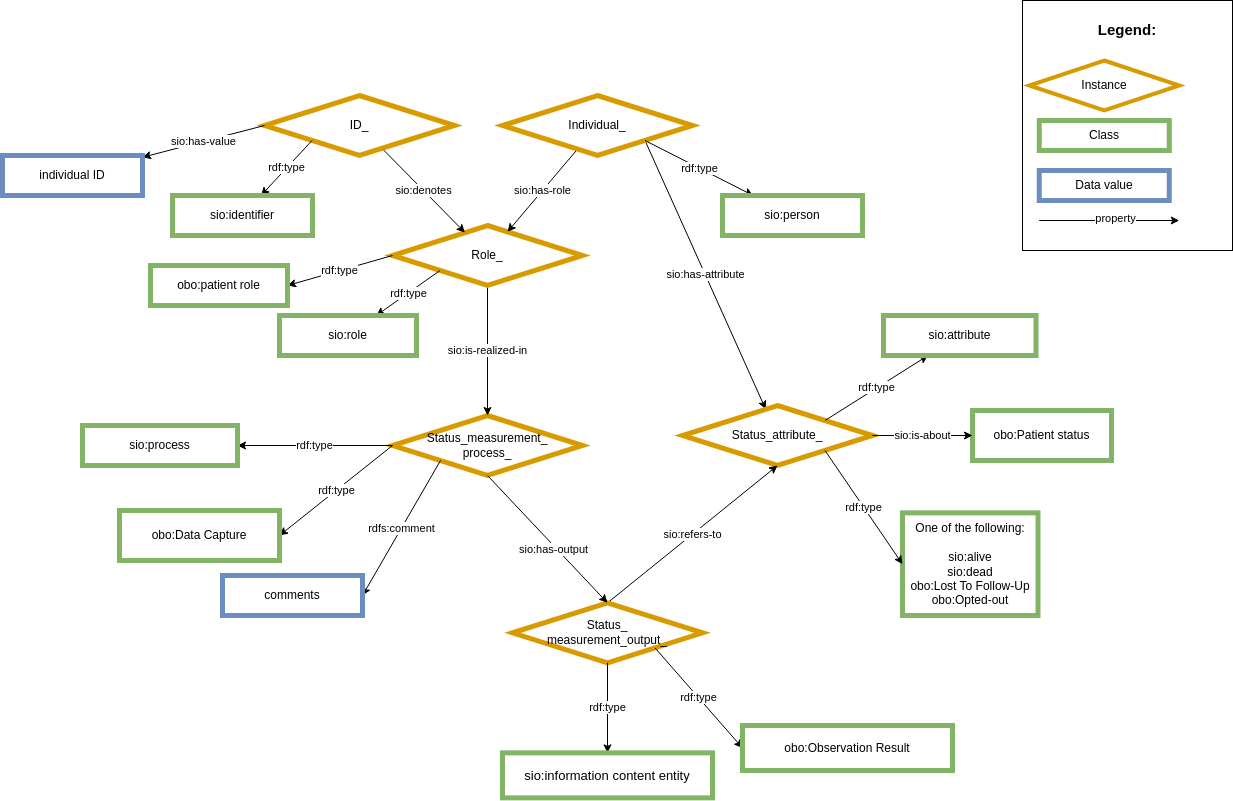
Before: images/CARE-SM-Status.png, a diagram exported from draw.io (CARE-SM/CARE-Semantic-Model). Source tidied: cells renumbered, new cells last; positions are measured from the earlier drawing's top-left corner, leaving out a move shared by most shapes. Its diagram source:
```xml
<mxGraphModel>
  <root>
    <mxCell id="0" />
    <mxCell id="1" parent="0" />
    <mxCell id="2" value="Status_measurement_&lt;br&gt;process_" style="rhombus;whiteSpace=wrap;html=1;fillColor=#FFFFFF;strokeColor=#d79b00;strokeWidth=5;" parent="1" vertex="1">
      <mxGeometry x="390" y="415" width="190" height="60" as="geometry" />
    </mxCell>
    <mxCell id="3" value="&lt;span style=&quot;color: rgb(0, 0, 0); font-family: Helvetica; font-size: 11px; font-style: normal; font-variant-ligatures: normal; font-variant-caps: normal; font-weight: 400; letter-spacing: normal; orphans: 2; text-align: center; text-indent: 0px; text-transform: none; widows: 2; word-spacing: 0px; -webkit-text-stroke-width: 0px; background-color: rgb(255, 255, 255); text-decoration-thickness: initial; text-decoration-style: initial; text-decoration-color: initial; float: none; display: inline !important;&quot;&gt;sio:is-realized-in&lt;/span&gt;" style="rounded=0;jettySize=auto;html=1;exitX=0.5;exitY=1;exitDx=0;exitDy=0;entryX=0.5;entryY=0;entryDx=0;entryDy=0;" parent="1" edge="1" source="5" target="2">
      <mxGeometry relative="1" as="geometry" />
    </mxCell>
    <mxCell id="4" value="sio:has-attribute" style="rounded=0;jettySize=auto;html=1;exitX=1;exitY=1;exitDx=0;exitDy=0;" parent="1" edge="1" source="9" target="10">
      <mxGeometry relative="1" as="geometry" />
    </mxCell>
    <mxCell id="5" value="Role_" style="rhombus;whiteSpace=wrap;html=1;fillColor=#FFFFFF;strokeColor=#d79b00;strokeWidth=5;" parent="1" vertex="1">
      <mxGeometry x="390" y="225" width="190" height="60" as="geometry" />
    </mxCell>
    <mxCell id="6" value="sio:denotes" style="edgeStyle=none;rounded=0;jettySize=auto;html=1;" parent="1" edge="1" source="7" target="5">
      <mxGeometry relative="1" as="geometry" />
    </mxCell>
    <mxCell id="7" value="ID_" style="rhombus;whiteSpace=wrap;html=1;fillColor=#FFFFFF;strokeColor=#d79b00;strokeWidth=5;" parent="1" vertex="1">
      <mxGeometry x="262" y="95" width="190" height="60" as="geometry" />
    </mxCell>
    <mxCell id="8" value="sio:has-role" style="edgeStyle=none;rounded=0;jettySize=auto;html=1;" parent="1" edge="1" source="9" target="5">
      <mxGeometry relative="1" as="geometry" />
    </mxCell>
    <mxCell id="9" value="Individual_" style="rhombus;whiteSpace=wrap;html=1;fillColor=#FFFFFF;strokeColor=#d79b00;strokeWidth=5;" parent="1" vertex="1">
      <mxGeometry x="500" y="95" width="190" height="60" as="geometry" />
    </mxCell>
    <mxCell id="10" value="Status_attribute_" style="rhombus;whiteSpace=wrap;html=1;fillColor=#FFFFFF;strokeColor=#d79b00;strokeWidth=5;" parent="1" vertex="1">
      <mxGeometry x="680" y="405" width="190" height="60" as="geometry" />
    </mxCell>
    <mxCell id="11" value="rdf:type" style="edgeStyle=none;rounded=0;jettySize=auto;html=1;exitX=1;exitY=0;exitDx=0;exitDy=0;" parent="1" edge="1" source="10" target="12">
      <mxGeometry relative="1" as="geometry" />
    </mxCell>
    <mxCell id="12" value="sio:attribute" style="whiteSpace=wrap;html=1;fillColor=#FFFFFF;strokeColor=#82b366;strokeWidth=5;" parent="1" vertex="1">
      <mxGeometry x="881" y="315" width="152.5" height="40" as="geometry" />
    </mxCell>
    <mxCell id="13" value="rdf:type" style="edgeStyle=none;rounded=0;jettySize=auto;html=1;exitX=0;exitY=1;exitDx=0;exitDy=0;" parent="1" edge="1" source="5" target="14">
      <mxGeometry relative="1" as="geometry" />
    </mxCell>
    <mxCell id="14" value="sio:role" style="whiteSpace=wrap;html=1;fillColor=#FFFFFF;strokeColor=#82b366;strokeWidth=5;" parent="1" vertex="1">
      <mxGeometry x="277" y="315" width="137" height="40" as="geometry" />
    </mxCell>
    <mxCell id="15" value="rdf:type" style="edgeStyle=none;rounded=0;jettySize=auto;html=1;exitX=0;exitY=1;exitDx=0;exitDy=0;" parent="1" edge="1" source="7" target="16">
      <mxGeometry relative="1" as="geometry" />
    </mxCell>
    <mxCell id="16" value="sio:identifier" style="whiteSpace=wrap;html=1;fillColor=#FFFFFF;strokeColor=#82b366;strokeWidth=5;" parent="1" vertex="1">
      <mxGeometry x="170" y="195" width="140" height="40" as="geometry" />
    </mxCell>
    <mxCell id="17" value="rdf:type" style="edgeStyle=none;rounded=0;jettySize=auto;html=1;exitX=1;exitY=1;exitDx=0;exitDy=0;" parent="1" edge="1" source="9" target="18">
      <mxGeometry relative="1" as="geometry" />
    </mxCell>
    <mxCell id="18" value="sio:person" style="whiteSpace=wrap;html=1;fillColor=#FFFFFF;strokeColor=#82b366;strokeWidth=5;" parent="1" vertex="1">
      <mxGeometry x="720" y="195" width="140" height="40" as="geometry" />
    </mxCell>
    <mxCell id="19" value="sio:has-value" style="rounded=0;jettySize=auto;html=1;exitX=0;exitY=0.5;exitDx=0;exitDy=0;" parent="1" edge="1" source="7" target="20">
      <mxGeometry relative="1" as="geometry" />
    </mxCell>
    <mxCell id="20" value="individual ID" style="whiteSpace=wrap;html=1;fillColor=#FFFFFF;strokeColor=#6c8ebf;strokeWidth=5;" parent="1" vertex="1">
      <mxGeometry y="155" width="140" height="40" as="geometry" />
    </mxCell>
    <mxCell id="21" value="rdf:type" style="edgeStyle=none;rounded=0;jettySize=auto;html=1;exitX=0;exitY=0.5;exitDx=0;exitDy=0;entryX=1;entryY=0.5;entryDx=0;entryDy=0;" parent="1" edge="1" source="5" target="22">
      <mxGeometry relative="1" as="geometry" />
    </mxCell>
    <mxCell id="22" value="obo:patient role" style="whiteSpace=wrap;html=1;fillColor=#FFFFFF;strokeColor=#82b366;strokeWidth=5;" parent="1" vertex="1">
      <mxGeometry x="148" y="265" width="137" height="40" as="geometry" />
    </mxCell>
    <mxCell id="23" value="&lt;span style=&quot;background-color: initial;&quot;&gt;obo:Patient status&lt;br&gt;&lt;/span&gt;" style="whiteSpace=wrap;html=1;fillColor=#FFFFFF;strokeColor=#82b366;strokeWidth=5;" parent="1" vertex="1">
      <mxGeometry x="970" y="410" width="139" height="50" as="geometry" />
    </mxCell>
    <mxCell id="24" value="sio:is-about" style="edgeStyle=none;rounded=0;jettySize=auto;html=1;exitX=1;exitY=0.5;exitDx=0;exitDy=0;entryX=0;entryY=0.5;entryDx=0;entryDy=0;" parent="1" edge="1" source="10" target="23">
      <mxGeometry relative="1" as="geometry" />
    </mxCell>
    <mxCell id="25" value="rdf:type" style="edgeStyle=none;rounded=0;jettySize=auto;html=1;exitX=0;exitY=0.5;exitDx=0;exitDy=0;" parent="1" edge="1" target="26">
      <mxGeometry relative="1" as="geometry">
        <mxPoint x="390" y="445" as="sourcePoint" />
      </mxGeometry>
    </mxCell>
    <mxCell id="26" value="sio:process" style="whiteSpace=wrap;html=1;fillColor=#FFFFFF;strokeColor=#82b366;strokeWidth=5;" parent="1" vertex="1">
      <mxGeometry x="80" y="425" width="155" height="40" as="geometry" />
    </mxCell>
    <mxCell id="27" value="rdf:type" style="edgeStyle=none;rounded=0;jettySize=auto;html=1;exitX=0;exitY=0.5;exitDx=0;exitDy=0;entryX=1;entryY=0.5;entryDx=0;entryDy=0;" parent="1" edge="1" target="28">
      <mxGeometry relative="1" as="geometry">
        <mxPoint x="390" y="445" as="sourcePoint" />
      </mxGeometry>
    </mxCell>
    <mxCell id="28" value="obo:Data Capture" style="whiteSpace=wrap;html=1;fillColor=#FFFFFF;strokeColor=#82b366;strokeWidth=5;" parent="1" vertex="1">
      <mxGeometry x="117" y="510" width="160" height="50" as="geometry" />
    </mxCell>
    <mxCell id="29" value="rdfs:comment" style="rounded=0;jettySize=auto;html=1;exitX=0;exitY=1;exitDx=0;exitDy=0;entryX=1;entryY=0.5;entryDx=0;entryDy=0;" parent="1" edge="1" target="30">
      <mxGeometry relative="1" as="geometry">
        <mxPoint x="438" y="460" as="sourcePoint" />
      </mxGeometry>
    </mxCell>
    <mxCell id="30" value="comments" style="whiteSpace=wrap;html=1;fillColor=#FFFFFF;strokeColor=#6c8ebf;strokeWidth=5;" parent="1" vertex="1">
      <mxGeometry x="220" y="575" width="140" height="40" as="geometry" />
    </mxCell>
    <mxCell id="31" value="sio:refers-to" style="edgeStyle=none;rounded=0;jettySize=auto;html=1;entryX=0.5;entryY=1;entryDx=0;entryDy=0;exitX=0.5;exitY=0;exitDx=0;exitDy=0;" parent="1" edge="1" source="32">
      <mxGeometry relative="1" as="geometry">
        <mxPoint x="775" y="465" as="targetPoint" />
      </mxGeometry>
    </mxCell>
    <mxCell id="32" value="Status_&lt;br&gt;measurement_output_" style="rhombus;whiteSpace=wrap;html=1;fillColor=#FFFFFF;strokeColor=#d79b00;strokeWidth=5;" parent="1" vertex="1">
      <mxGeometry x="510" y="602.4" width="190" height="60" as="geometry" />
    </mxCell>
    <mxCell id="33" style="edgeStyle=none;rounded=0;jettySize=auto;html=1;exitX=0.5;exitY=1;exitDx=0;exitDy=0;entryX=0.5;entryY=0;entryDx=0;entryDy=0;" parent="1" edge="1" target="32">
      <mxGeometry relative="1" as="geometry">
        <mxPoint x="485" y="475" as="sourcePoint" />
      </mxGeometry>
    </mxCell>
    <mxCell id="34" value="&lt;span style=&quot;color: rgb(0, 0, 0); font-family: Helvetica; font-size: 11px; font-style: normal; font-variant-ligatures: normal; font-variant-caps: normal; font-weight: 400; letter-spacing: normal; orphans: 2; text-align: center; text-indent: 0px; text-transform: none; widows: 2; word-spacing: 0px; -webkit-text-stroke-width: 0px; background-color: rgb(255, 255, 255); text-decoration-thickness: initial; text-decoration-style: initial; text-decoration-color: initial; float: none; display: inline !important;&quot;&gt;sio:has-output&lt;/span&gt;" style="edgeLabel;html=1;align=center;verticalAlign=middle;" parent="33" vertex="1">
      <mxGeometry x="-0.21" y="-1" relative="1" as="geometry">
        <mxPoint x="18" y="22" as="offset" />
      </mxGeometry>
    </mxCell>
    <mxCell id="35" value="rdf:type" style="edgeStyle=none;rounded=0;jettySize=auto;html=1;exitX=0.5;exitY=1;exitDx=0;exitDy=0;" parent="1" edge="1" source="32" target="36">
      <mxGeometry relative="1" as="geometry" />
    </mxCell>
    <mxCell id="36" value="&lt;font size=&quot;2&quot;&gt;sio:information content entity&lt;/font&gt;" style="whiteSpace=wrap;html=1;fillColor=#FFFFFF;strokeColor=#82b366;strokeWidth=5;" parent="1" vertex="1">
      <mxGeometry x="500" y="752.4" width="210" height="45" as="geometry" />
    </mxCell>
    <mxCell id="37" value="rdf:type" style="edgeStyle=none;rounded=0;jettySize=auto;html=1;exitX=1;exitY=1;exitDx=0;exitDy=0;entryX=0;entryY=0.5;entryDx=0;entryDy=0;" parent="1" edge="1" source="32" target="38">
      <mxGeometry relative="1" as="geometry" />
    </mxCell>
    <mxCell id="38" value="obo:Observation Result" style="whiteSpace=wrap;html=1;fillColor=#FFFFFF;strokeColor=#82b366;strokeWidth=5;" parent="1" vertex="1">
      <mxGeometry x="740" y="725" width="210" height="45" as="geometry" />
    </mxCell>
    <mxCell id="39" value="One of the following:&lt;br&gt;&lt;br&gt;sio:alive&lt;br&gt;sio:dead&lt;br&gt;obo:Lost To Follow-Up&lt;br&gt;obo:Opted-out" style="whiteSpace=wrap;html=1;fillColor=#FFFFFF;strokeColor=#82b366;strokeWidth=5;" parent="1" vertex="1">
      <mxGeometry x="900" y="512.4" width="135.5" height="102.6" as="geometry" />
    </mxCell>
    <mxCell id="40" value="rdf:type" style="edgeStyle=none;rounded=0;jettySize=auto;html=1;exitX=1;exitY=1;exitDx=0;exitDy=0;entryX=0;entryY=0.5;entryDx=0;entryDy=0;" parent="1" edge="1" source="10" target="39">
      <mxGeometry relative="1" as="geometry" />
    </mxCell>
    <mxCell id="41" value="&lt;div style=&quot;text-align: left; font-size: 15px;&quot;&gt;&lt;span style=&quot;background-color: initial;&quot;&gt;&lt;b style=&quot;&quot;&gt;&lt;font style=&quot;font-size: 15px;&quot;&gt;Legend:&lt;/font&gt;&lt;/b&gt;&lt;/span&gt;&lt;/div&gt;&lt;div style=&quot;text-align: left; font-size: 15px;&quot;&gt;&lt;span style=&quot;background-color: initial;&quot;&gt;&lt;br&gt;&lt;/span&gt;&lt;/div&gt;&lt;div style=&quot;text-align: left;&quot;&gt;&lt;span style=&quot;background-color: initial;&quot;&gt;&lt;br&gt;&lt;/span&gt;&lt;/div&gt;&lt;div style=&quot;text-align: left;&quot;&gt;&lt;span style=&quot;background-color: initial;&quot;&gt;&lt;br&gt;&lt;/span&gt;&lt;/div&gt;&lt;div style=&quot;text-align: left;&quot;&gt;&lt;br&gt;&lt;/div&gt;&lt;div style=&quot;text-align: left;&quot;&gt;&lt;br&gt;&lt;/div&gt;&lt;div style=&quot;text-align: left;&quot;&gt;&lt;br&gt;&lt;/div&gt;&lt;div style=&quot;text-align: left;&quot;&gt;&lt;br&gt;&lt;/div&gt;&lt;div style=&quot;text-align: left;&quot;&gt;&lt;br&gt;&lt;/div&gt;&lt;div style=&quot;text-align: left;&quot;&gt;&lt;span style=&quot;background-color: initial;&quot;&gt;&lt;br&gt;&lt;/span&gt;&lt;/div&gt;&lt;div style=&quot;text-align: left;&quot;&gt;&lt;span style=&quot;background-color: initial;&quot;&gt;&lt;br&gt;&lt;/span&gt;&lt;/div&gt;&lt;div style=&quot;text-align: left;&quot;&gt;&lt;span style=&quot;background-color: initial;&quot;&gt;&lt;br&gt;&lt;/span&gt;&lt;/div&gt;&lt;div style=&quot;text-align: left;&quot;&gt;&lt;span style=&quot;background-color: initial;&quot;&gt;&lt;br&gt;&lt;/span&gt;&lt;/div&gt;&lt;div style=&quot;text-align: left;&quot;&gt;&lt;span style=&quot;background-color: initial;&quot;&gt;&lt;br&gt;&lt;/span&gt;&lt;/div&gt;" style="rounded=0;whiteSpace=wrap;html=1;" parent="1" vertex="1">
      <mxGeometry x="1020" width="210" height="250" as="geometry" />
    </mxCell>
    <mxCell id="42" value="Class" style="whiteSpace=wrap;html=1;fillColor=#FFFFFF;strokeColor=#82b366;strokeWidth=5;" parent="1" vertex="1">
      <mxGeometry x="1036.8" y="120" width="130" height="30" as="geometry" />
    </mxCell>
    <mxCell id="43" value="Instance" style="rhombus;whiteSpace=wrap;html=1;fillColor=#FFFFFF;strokeColor=#D79B00;rotation=0;perimeter=rhombusPerimeter;arcSize=20;comic=0;enumerate=0;strokeWidth=4;rounded=0;" parent="1" vertex="1">
      <mxGeometry x="1026.8" y="60" width="150" height="50" as="geometry" />
    </mxCell>
    <mxCell id="44" value="Data value" style="whiteSpace=wrap;html=1;fillColor=#FFFFFF;strokeColor=#6c8ebf;strokeWidth=5;" parent="1" vertex="1">
      <mxGeometry x="1036.8" y="170" width="130" height="30" as="geometry" />
    </mxCell>
    <mxCell id="45" value="property" style="rounded=0;orthogonalLoop=1;jettySize=auto;html=1;exitX=1;exitY=1;exitDx=0;exitDy=0;" parent="1" edge="1">
      <mxGeometry x="0.09" y="2" relative="1" as="geometry">
        <mxPoint x="1036.8" y="220" as="sourcePoint" />
        <mxPoint x="1176.8" y="220" as="targetPoint" />
      </mxGeometry>
    </mxCell>
  </root>
</mxGraphModel>
```
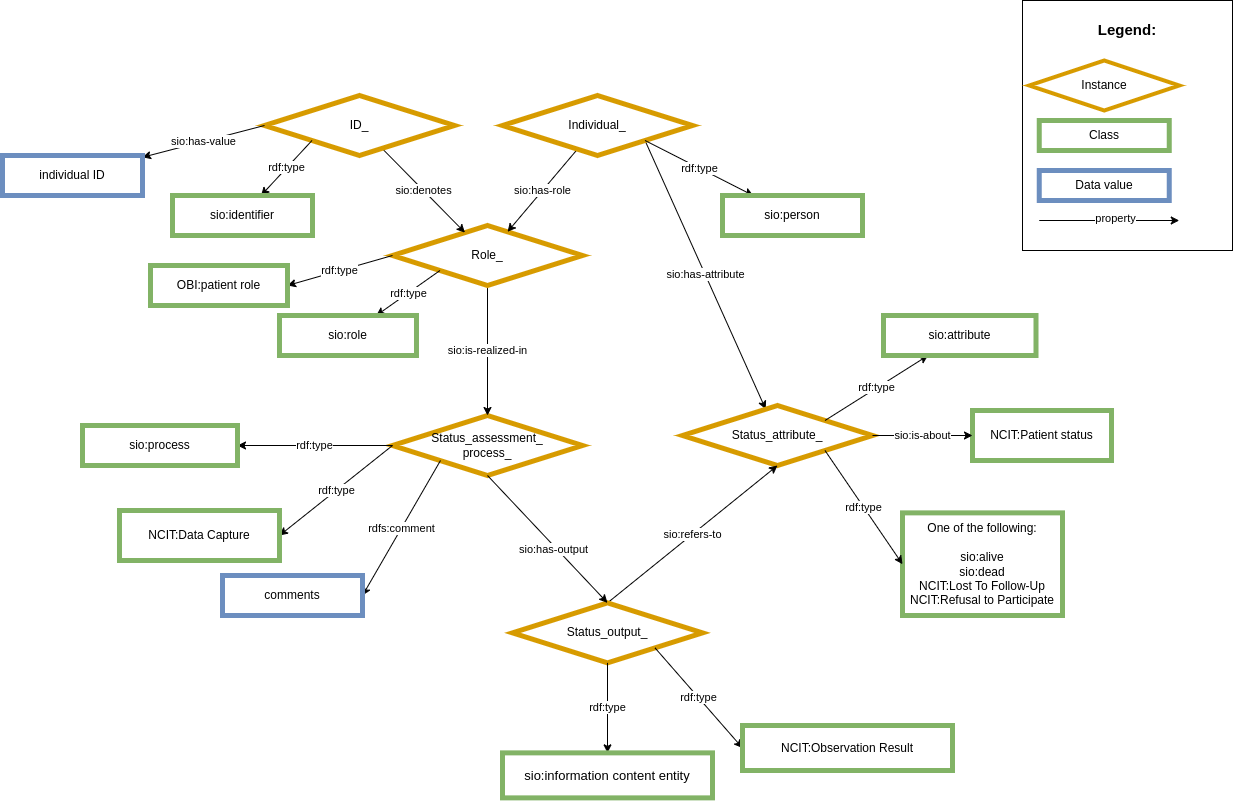
The same file after the commit.

The edit, as a diff of the source:
```diff
@@ -2,7 +2,7 @@
   <root>
     <mxCell id="0" />
     <mxCell id="1" parent="0" />
-    <mxCell id="2" value="Status_measurement_&lt;br&gt;process_" style="rhombus;whiteSpace=wrap;html=1;fillColor=#FFFFFF;strokeColor=#d79b00;strokeWidth=5;" parent="1" vertex="1">
+    <mxCell id="2" value="Status_assessment_&lt;br&gt;process_" style="rhombus;whiteSpace=wrap;html=1;fillColor=#FFFFFF;strokeColor=#d79b00;strokeWidth=5;" parent="1" vertex="1">
       <mxGeometry x="390" y="415" width="190" height="60" as="geometry" />
     </mxCell>
     <mxCell id="3" value="&lt;span style=&quot;color: rgb(0, 0, 0); font-family: Helvetica; font-size: 11px; font-style: normal; font-variant-ligatures: normal; font-variant-caps: normal; font-weight: 400; letter-spacing: normal; orphans: 2; text-align: center; text-indent: 0px; text-transform: none; widows: 2; word-spacing: 0px; -webkit-text-stroke-width: 0px; background-color: rgb(255, 255, 255); text-decoration-thickness: initial; text-decoration-style: initial; text-decoration-color: initial; float: none; display: inline !important;&quot;&gt;sio:is-realized-in&lt;/span&gt;" style="rounded=0;jettySize=auto;html=1;exitX=0.5;exitY=1;exitDx=0;exitDy=0;entryX=0.5;entryY=0;entryDx=0;entryDy=0;" parent="1" edge="1" source="5" target="2">
@@ -62,10 +62,10 @@
     <mxCell id="21" value="rdf:type" style="edgeStyle=none;rounded=0;jettySize=auto;html=1;exitX=0;exitY=0.5;exitDx=0;exitDy=0;entryX=1;entryY=0.5;entryDx=0;entryDy=0;" parent="1" edge="1" source="5" target="22">
       <mxGeometry relative="1" as="geometry" />
     </mxCell>
-    <mxCell id="22" value="obo:patient role" style="whiteSpace=wrap;html=1;fillColor=#FFFFFF;strokeColor=#82b366;strokeWidth=5;" parent="1" vertex="1">
+    <mxCell id="22" value="OBI:patient role" style="whiteSpace=wrap;html=1;fillColor=#FFFFFF;strokeColor=#82b366;strokeWidth=5;" parent="1" vertex="1">
       <mxGeometry x="148" y="265" width="137" height="40" as="geometry" />
     </mxCell>
-    <mxCell id="23" value="&lt;span style=&quot;background-color: initial;&quot;&gt;obo:Patient status&lt;br&gt;&lt;/span&gt;" style="whiteSpace=wrap;html=1;fillColor=#FFFFFF;strokeColor=#82b366;strokeWidth=5;" parent="1" vertex="1">
+    <mxCell id="23" value="&lt;span style=&quot;background-color: initial;&quot;&gt;NCIT:Patient status&lt;br&gt;&lt;/span&gt;" style="whiteSpace=wrap;html=1;fillColor=#FFFFFF;strokeColor=#82b366;strokeWidth=5;" parent="1" vertex="1">
       <mxGeometry x="970" y="410" width="139" height="50" as="geometry" />
     </mxCell>
     <mxCell id="24" value="sio:is-about" style="edgeStyle=none;rounded=0;jettySize=auto;html=1;exitX=1;exitY=0.5;exitDx=0;exitDy=0;entryX=0;entryY=0.5;entryDx=0;entryDy=0;" parent="1" edge="1" source="10" target="23">
@@ -84,7 +84,7 @@
         <mxPoint x="390" y="445" as="sourcePoint" />
       </mxGeometry>
     </mxCell>
-    <mxCell id="28" value="obo:Data Capture" style="whiteSpace=wrap;html=1;fillColor=#FFFFFF;strokeColor=#82b366;strokeWidth=5;" parent="1" vertex="1">
+    <mxCell id="28" value="NCIT:Data Capture" style="whiteSpace=wrap;html=1;fillColor=#FFFFFF;strokeColor=#82b366;strokeWidth=5;" parent="1" vertex="1">
       <mxGeometry x="117" y="510" width="160" height="50" as="geometry" />
     </mxCell>
     <mxCell id="29" value="rdfs:comment" style="rounded=0;jettySize=auto;html=1;exitX=0;exitY=1;exitDx=0;exitDy=0;entryX=1;entryY=0.5;entryDx=0;entryDy=0;" parent="1" edge="1" target="30">
@@ -100,7 +100,7 @@
         <mxPoint x="775" y="465" as="targetPoint" />
       </mxGeometry>
     </mxCell>
-    <mxCell id="32" value="Status_&lt;br&gt;measurement_output_" style="rhombus;whiteSpace=wrap;html=1;fillColor=#FFFFFF;strokeColor=#d79b00;strokeWidth=5;" parent="1" vertex="1">
+    <mxCell id="32" value="Status_output_" style="rhombus;whiteSpace=wrap;html=1;fillColor=#FFFFFF;strokeColor=#d79b00;strokeWidth=5;" parent="1" vertex="1">
       <mxGeometry x="510" y="602.4" width="190" height="60" as="geometry" />
     </mxCell>
     <mxCell id="33" style="edgeStyle=none;rounded=0;jettySize=auto;html=1;exitX=0.5;exitY=1;exitDx=0;exitDy=0;entryX=0.5;entryY=0;entryDx=0;entryDy=0;" parent="1" edge="1" target="32">
@@ -122,11 +122,11 @@
     <mxCell id="37" value="rdf:type" style="edgeStyle=none;rounded=0;jettySize=auto;html=1;exitX=1;exitY=1;exitDx=0;exitDy=0;entryX=0;entryY=0.5;entryDx=0;entryDy=0;" parent="1" edge="1" source="32" target="38">
       <mxGeometry relative="1" as="geometry" />
     </mxCell>
-    <mxCell id="38" value="obo:Observation Result" style="whiteSpace=wrap;html=1;fillColor=#FFFFFF;strokeColor=#82b366;strokeWidth=5;" parent="1" vertex="1">
+    <mxCell id="38" value="NCIT:Observation Result" style="whiteSpace=wrap;html=1;fillColor=#FFFFFF;strokeColor=#82b366;strokeWidth=5;" parent="1" vertex="1">
       <mxGeometry x="740" y="725" width="210" height="45" as="geometry" />
     </mxCell>
-    <mxCell id="39" value="One of the following:&lt;br&gt;&lt;br&gt;sio:alive&lt;br&gt;sio:dead&lt;br&gt;obo:Lost To Follow-Up&lt;br&gt;obo:Opted-out" style="whiteSpace=wrap;html=1;fillColor=#FFFFFF;strokeColor=#82b366;strokeWidth=5;" parent="1" vertex="1">
-      <mxGeometry x="900" y="512.4" width="135.5" height="102.6" as="geometry" />
+    <mxCell id="39" value="One of the following:&lt;br&gt;&lt;br&gt;sio:alive&lt;br&gt;sio:dead&lt;br&gt;NCIT:Lost To Follow-Up&lt;br&gt;NCIT:Refusal to Participate" style="whiteSpace=wrap;html=1;fillColor=#FFFFFF;strokeColor=#82b366;strokeWidth=5;" parent="1" vertex="1">
+      <mxGeometry x="900" y="512.4" width="160" height="102.6" as="geometry" />
     </mxCell>
     <mxCell id="40" value="rdf:type" style="edgeStyle=none;rounded=0;jettySize=auto;html=1;exitX=1;exitY=1;exitDx=0;exitDy=0;entryX=0;entryY=0.5;entryDx=0;entryDy=0;" parent="1" edge="1" source="10" target="39">
       <mxGeometry relative="1" as="geometry" />
```
